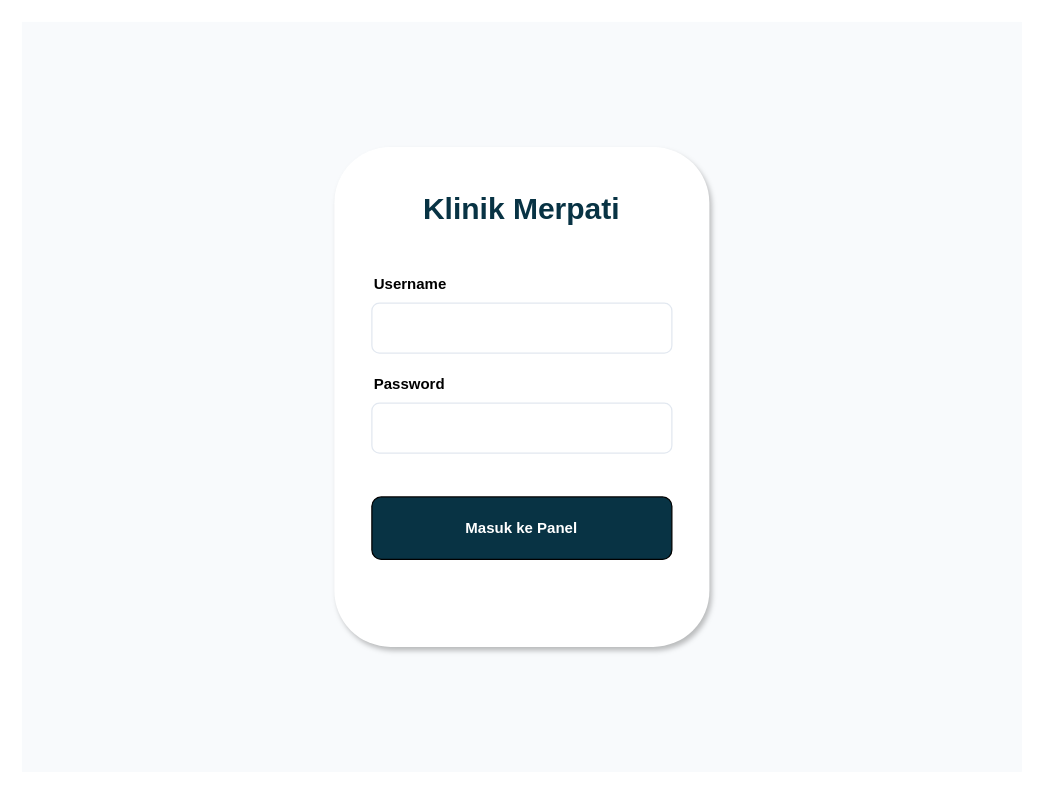
The draw.io diagram diagram/desain/admin_login.drawio in Jinsky/Jinsky, before the edit. Source tidied: cells renumbered, new cells numbered last; positions are measured from the earlier drawing's top-left corner, leaving out a move shared by most shapes. Both pictures are drawn from the tidied source at 125%, with x=0, y=0 at pixel (21, 21).
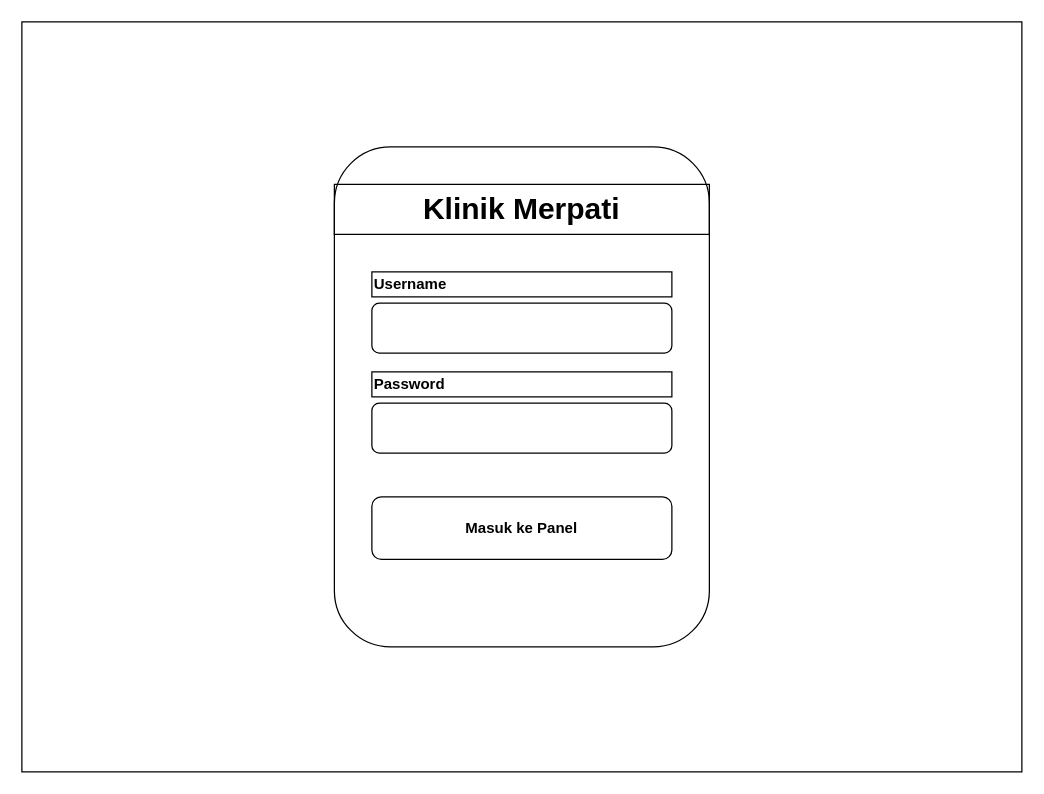
After the change.

The edit, as a diff of the source:
```diff
@@
 <mxGraphModel>
   <root>
     <mxCell id="0" />
     <mxCell id="1" parent="0" />
-    <mxCell id="2" style="rounded=0;whiteSpace=wrap;html=1;fillColor=#f8fafc;strokeColor=none;" parent="1" vertex="1">
+    <mxCell id="2" style="rounded=0;whiteSpace=wrap;html=1;fillColor=#ffffff;strokeColor=#000000;fontColor=#000000;" parent="1" vertex="1">
       <mxGeometry width="800" height="600" as="geometry" />
     </mxCell>
-    <mxCell id="3" style="rounded=0;whiteSpace=wrap;html=1;fillColor=#ffffff;rounded=1;shadow=1;strokeColor=none;" parent="1" vertex="1">
+    <mxCell id="3" style="rounded=1;whiteSpace=wrap;html=1;fillColor=#ffffff;strokeColor=#000000;fontColor=#000000;" parent="1" vertex="1">
       <mxGeometry x="250" y="100" width="300" height="400" as="geometry" />
     </mxCell>
-    <mxCell id="4" value="&lt;b&gt;Klinik Merpati&lt;/b&gt;" style="text;html=1;strokeColor=none;fillColor=none;align=left;verticalAlign=middle;whiteSpace=wrap;rounded=0;align=center;fontSize=24;fontColor=#083344;" parent="1" vertex="1">
+    <mxCell id="4" value="&lt;b&gt;Klinik Merpati&lt;/b&gt;" style="text;html=1;strokeColor=#000000;fillColor=none;align=center;verticalAlign=middle;whiteSpace=wrap;rounded=0;fontSize=24;fontColor=#000000;" parent="1" vertex="1">
       <mxGeometry x="250" y="130" width="300" height="40" as="geometry" />
     </mxCell>
-    <mxCell id="5" value="Username" style="text;html=1;strokeColor=none;fillColor=none;align=left;verticalAlign=middle;whiteSpace=wrap;rounded=0;fontStyle=1;fontSize=12;" parent="1" vertex="1">
+    <mxCell id="5" value="Username" style="text;html=1;strokeColor=#000000;fillColor=none;align=left;verticalAlign=middle;whiteSpace=wrap;rounded=0;fontStyle=1;fontSize=12;fontColor=#000000;" parent="1" vertex="1">
       <mxGeometry x="280" y="200" width="240" height="20" as="geometry" />
     </mxCell>
-    <mxCell id="6" style="rounded=0;whiteSpace=wrap;html=1;fillColor=#ffffff;rounded=1;strokeColor=#e2e8f0;" parent="1" vertex="1">
+    <mxCell id="6" style="rounded=1;whiteSpace=wrap;html=1;fillColor=#ffffff;strokeColor=#000000;fontColor=#000000;" parent="1" vertex="1">
       <mxGeometry x="280" y="225" width="240" height="40" as="geometry" />
     </mxCell>
-    <mxCell id="7" value="Password" style="text;html=1;strokeColor=none;fillColor=none;align=left;verticalAlign=middle;whiteSpace=wrap;rounded=0;fontStyle=1;fontSize=12;" parent="1" vertex="1">
+    <mxCell id="7" value="Password" style="text;html=1;strokeColor=#000000;fillColor=none;align=left;verticalAlign=middle;whiteSpace=wrap;rounded=0;fontStyle=1;fontSize=12;fontColor=#000000;" parent="1" vertex="1">
       <mxGeometry x="280" y="280" width="240" height="20" as="geometry" />
     </mxCell>
-    <mxCell id="8" style="rounded=0;whiteSpace=wrap;html=1;fillColor=#ffffff;rounded=1;strokeColor=#e2e8f0;" parent="1" vertex="1">
+    <mxCell id="8" style="rounded=1;whiteSpace=wrap;html=1;fillColor=#ffffff;strokeColor=#000000;fontColor=#000000;" parent="1" vertex="1">
       <mxGeometry x="280" y="305" width="240" height="40" as="geometry" />
     </mxCell>
-    <mxCell id="9" value="Masuk ke Panel" style="rounded=0;whiteSpace=wrap;html=1;fillColor=#083344;fontColor=#ffffff;rounded=1;fontStyle=1;" parent="1" vertex="1">
+    <mxCell id="9" value="Masuk ke Panel" style="rounded=1;whiteSpace=wrap;html=1;fillColor=#ffffff;fontColor=#000000;fontStyle=1;strokeColor=#000000;" parent="1" vertex="1">
       <mxGeometry x="280" y="380" width="240" height="50" as="geometry" />
     </mxCell>
   </root>
 </mxGraphModel>
```
